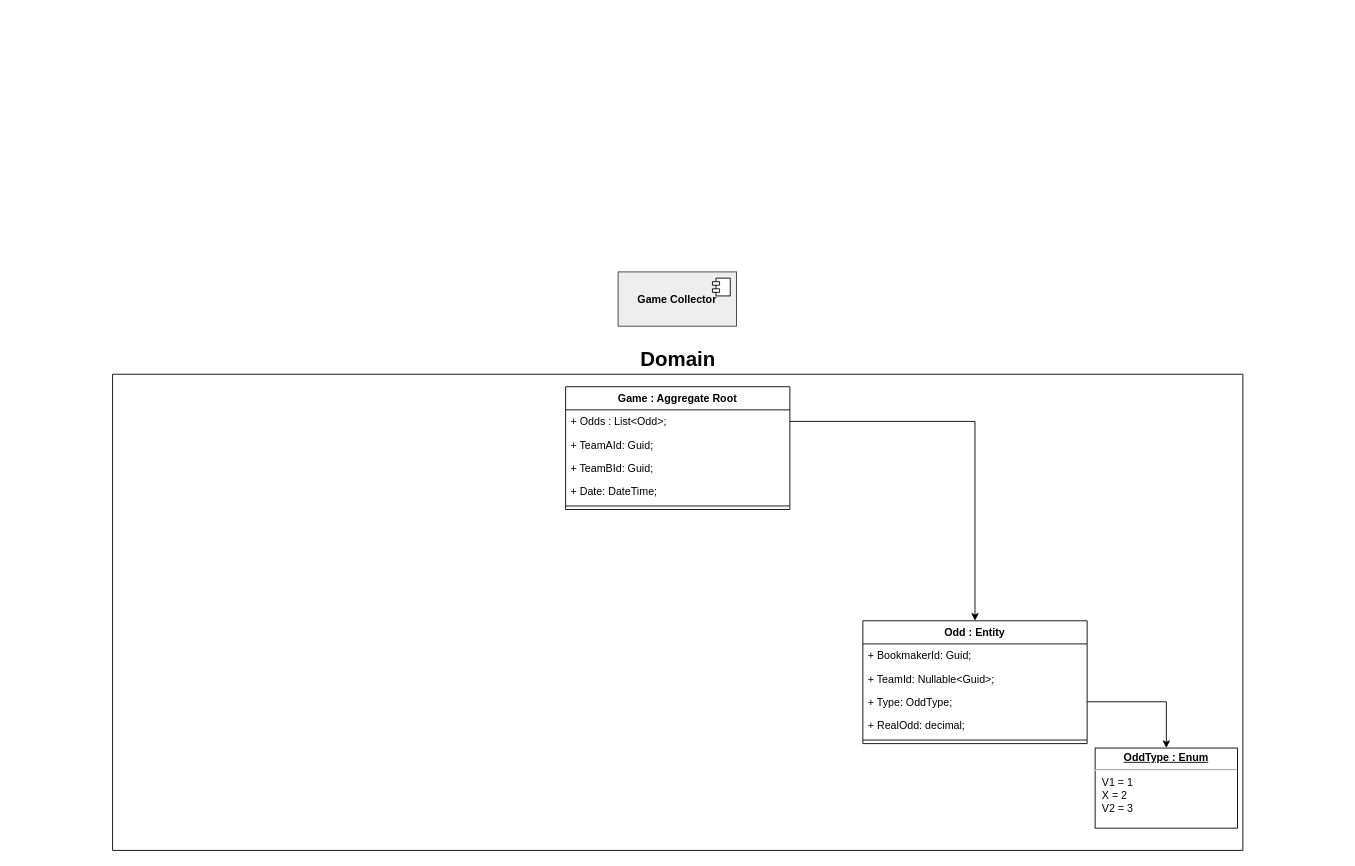
Above: page "game-collector" (2 of 2) of diagrams/game-collector.drawio in skullizador/game-collector (draw.io), before the change. Source tidied: cells renumbered, new cells numbered last; positions are measured from the earlier drawing's top-left corner, leaving out a move shared by most shapes. Both pictures are drawn from the tidied source at 89%, with x=0, y=0 at pixel (112, 271).
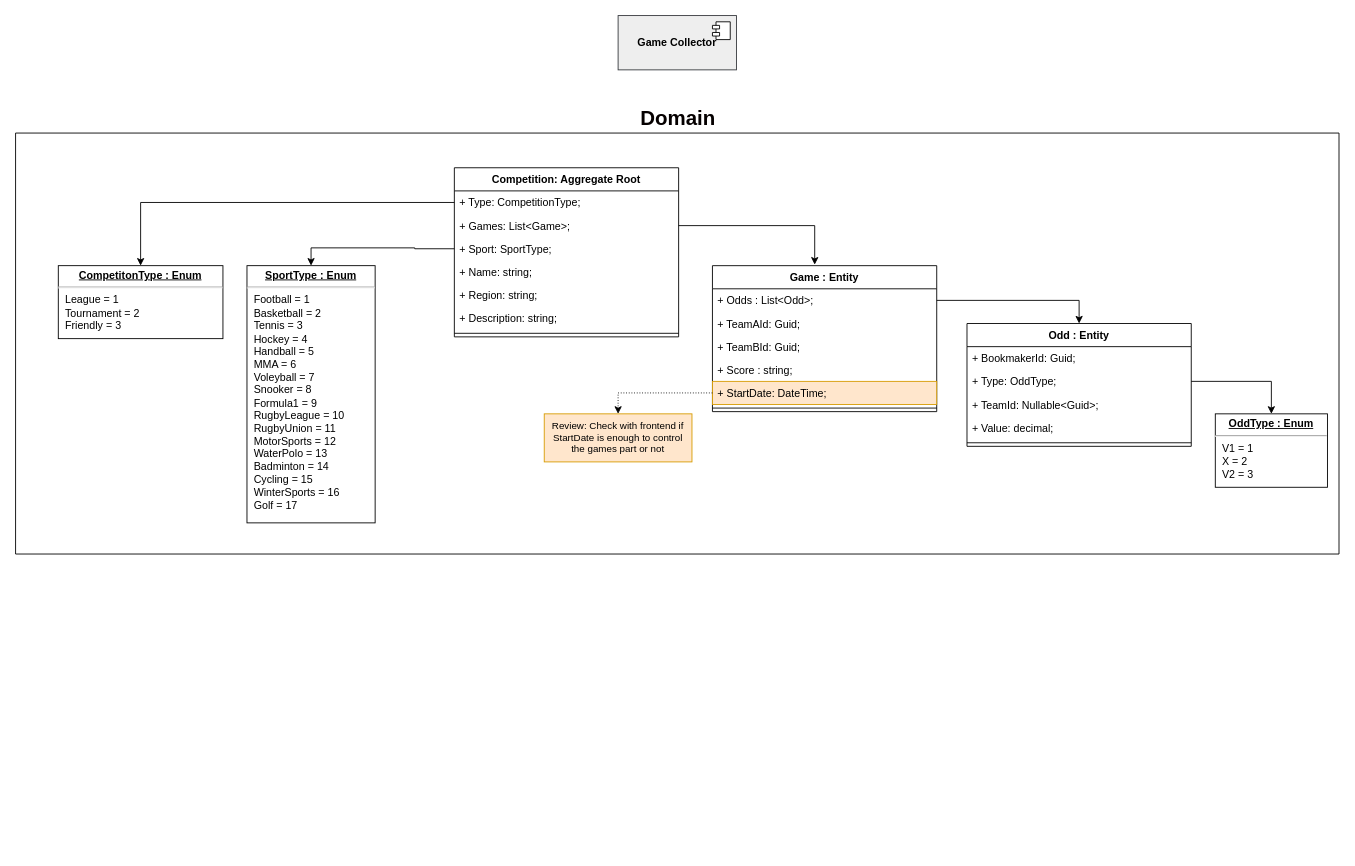
After the change.

The change refers to these unchanged cells:
```xml
<mxCell id="12" value="+ Odds : List&lt;Odd&gt;;" style="text;strokeColor=none;fillColor=none;align=left;verticalAlign=top;spacingLeft=4;spacingRight=4;overflow=hidden;points=[[0,0.5],[1,0.5]];portConstraint=eastwest;" parent="11" vertex="1">
  <mxGeometry y="26" width="252" height="26" as="geometry" />
</mxCell>
```

Diff of the diagram source:
```diff
@@
     <mxCell id="2" value="Domain" style="swimlane;horizontal=1;fontSize=23;html=1;labelPosition=center;verticalLabelPosition=top;align=center;verticalAlign=bottom;startSize=0;glass=0;shadow=0;swimlaneFillColor=none;fontColor=#050000;" parent="1" vertex="1">
-      <mxGeometry y="115" width="1270" height="535" as="geometry" />
+      <mxGeometry x="-109" y="-156" width="1487" height="473" as="geometry" />
     </mxCell>
     <mxCell id="3" value="&lt;p style=&quot;margin:0px;margin-top:4px;text-align:center;text-decoration:underline;&quot;&gt;&lt;b&gt;OddType : Enum&lt;/b&gt;&lt;/p&gt;&lt;hr&gt;&lt;p style=&quot;margin:0px;margin-left:8px;&quot;&gt;V1 = 1&lt;/p&gt;&lt;p style=&quot;margin:0px;margin-left:8px;&quot;&gt;X = 2&lt;/p&gt;&lt;p style=&quot;margin:0px;margin-left:8px;&quot;&gt;V2 = 3&lt;/p&gt;" style="verticalAlign=top;align=left;overflow=fill;fontSize=12;fontFamily=Helvetica;html=1;" parent="2" vertex="1">
-      <mxGeometry x="1104" y="420" width="160" height="90" as="geometry" />
+      <mxGeometry x="1348" y="315.5" width="126" height="82.5" as="geometry" />
     </mxCell>
-    <mxCell id="4" style="edgeStyle=orthogonalEdgeStyle;rounded=0;jettySize=auto;html=1;entryX=0.5;entryY=0;entryDx=0;entryDy=0;" parent="2" edge="1" source="8" target="3">
-      <mxGeometry relative="1" as="geometry" />
-    </mxCell>
     <mxCell id="5" value="Odd : Entity" style="swimlane;fontStyle=1;align=center;verticalAlign=top;horizontal=1;startSize=26;" parent="2" vertex="1">
-      <mxGeometry x="843" y="277" width="252" height="138" as="geometry" />
+      <mxGeometry x="1069" y="214" width="252" height="138" as="geometry" />
     </mxCell>
@@
+    <mxCell id="8" value="+ Type: OddType;" style="text;strokeColor=none;fillColor=none;align=left;verticalAlign=top;spacingLeft=4;spacingRight=4;overflow=hidden;points=[[0,0.5],[1,0.5]];portConstraint=eastwest;" parent="5" vertex="1">
+      <mxGeometry y="52" width="252" height="26" as="geometry" />
+    </mxCell>
     <mxCell id="7" value="+ TeamId: Nullable&lt;Guid&gt;;" style="text;strokeColor=none;fillColor=none;align=left;verticalAlign=top;spacingLeft=4;spacingRight=4;overflow=hidden;" parent="5" vertex="1">
-      <mxGeometry y="52" width="252" height="26" as="geometry" />
+      <mxGeometry y="78" width="252" height="26" as="geometry" />
     </mxCell>
-    <mxCell id="8" value="+ Type: OddType;" style="text;strokeColor=none;fillColor=none;align=left;verticalAlign=top;spacingLeft=4;spacingRight=4;overflow=hidden;points=[[0,0.5],[1,0.5]];portConstraint=eastwest;" parent="5" vertex="1">
-      <mxGeometry y="78" width="252" height="26" as="geometry" />
-    </mxCell>
-    <mxCell id="9" value="+ RealOdd: decimal;" style="text;strokeColor=none;fillColor=none;align=left;verticalAlign=top;spacingLeft=4;spacingRight=4;overflow=hidden;" parent="5" vertex="1">
+    <mxCell id="9" value="+ Value: decimal;" style="text;strokeColor=none;fillColor=none;align=left;verticalAlign=top;spacingLeft=4;spacingRight=4;overflow=hidden;" parent="5" vertex="1">
       <mxGeometry y="104" width="252" height="26" as="geometry" />
     </mxCell>
@@
-    <mxCell id="11" value="Game : Aggregate Root" style="swimlane;fontStyle=1;align=center;verticalAlign=top;horizontal=1;startSize=26;" parent="2" vertex="1">
-      <mxGeometry x="509" y="14" width="252" height="138" as="geometry" />
+    <mxCell id="11" value="Game : Entity" style="swimlane;fontStyle=1;align=center;verticalAlign=top;horizontal=1;startSize=26;" parent="2" vertex="1">
+      <mxGeometry x="783" y="149" width="252" height="164" as="geometry" />
     </mxCell>
@@
+    <mxCell id="20" value="+ Score : string;" style="text;strokeColor=none;fillColor=none;align=left;verticalAlign=top;spacingLeft=4;spacingRight=4;overflow=hidden;" parent="11" vertex="1">
+      <mxGeometry y="104" width="252" height="26" as="geometry" />
+    </mxCell>
-    <mxCell id="15" value="+ Date: DateTime;" style="text;strokeColor=none;fillColor=none;align=left;verticalAlign=top;spacingLeft=4;spacingRight=4;overflow=hidden;points=[[0,0.5],[1,0.5]];portConstraint=eastwest;" parent="11" vertex="1">
-      <mxGeometry y="104" width="252" height="26" as="geometry" />
+    <mxCell id="15" value="+ StartDate: DateTime;" style="text;strokeColor=#d79b00;fillColor=#ffe6cc;align=left;verticalAlign=top;spacingLeft=4;spacingRight=4;overflow=hidden;points=[[0,0.5],[1,0.5]];portConstraint=eastwest;" parent="11" vertex="1">
+      <mxGeometry y="130" width="252" height="26" as="geometry" />
     </mxCell>
     <mxCell id="16" style="line;strokeWidth=1;fillColor=none;align=left;verticalAlign=middle;spacingTop=-1;spacingLeft=3;spacingRight=3;labelPosition=right;" parent="11" vertex="1">
-      <mxGeometry y="130" width="252" height="8" as="geometry" />
+      <mxGeometry y="156" width="252" height="8" as="geometry" />
     </mxCell>
+    <mxCell id="21" style="edgeStyle=orthogonalEdgeStyle;rounded=0;jettySize=auto;html=1;entryX=0.456;entryY=-0.007;entryDx=0;entryDy=0;entryPerimeter=0;" parent="2" edge="1" source="30" target="11">
+      <mxGeometry relative="1" as="geometry" />
+    </mxCell>
-    <mxCell id="17" style="edgeStyle=orthogonalEdgeStyle;rounded=0;jettySize=auto;html=1;entryX=0.5;entryY=0;entryDx=0;entryDy=0;strokeColor=#000000;strokeWidth=1;" parent="2" edge="1" source="12" target="5">
+    <mxCell id="17" style="edgeStyle=orthogonalEdgeStyle;rounded=0;jettySize=auto;html=1;entryX=0.5;entryY=0;entryDx=0;entryDy=0;" parent="2" edge="1" source="12" target="5">
       <mxGeometry relative="1" as="geometry" />
     </mxCell>
+    <mxCell id="22" value="Review: Check with frontend if StartDate is enough to control the games part or not" style="whiteSpace=wrap;html=1;align=center;verticalAlign=top;fillColor=#ffe6cc;strokeColor=#d79b00;gradientColor=none;spacingLeft=4;spacingRight=4;fontSize=11;fontStyle=0;" parent="2" vertex="1">
+      <mxGeometry x="594" y="315.5" width="166" height="54" as="geometry" />
+    </mxCell>
+    <mxCell id="23" value="&lt;p style=&quot;margin:0px;margin-top:4px;text-align:center;text-decoration:underline;&quot;&gt;&lt;b&gt;CompetitonType : Enum&lt;/b&gt;&lt;/p&gt;&lt;hr&gt;&lt;p style=&quot;margin:0px;margin-left:8px;&quot;&gt;League = 1&lt;/p&gt;&lt;p style=&quot;margin:0px;margin-left:8px;&quot;&gt;Tournament = 2&amp;nbsp;&lt;/p&gt;&lt;p style=&quot;margin:0px;margin-left:8px;&quot;&gt;Friendly = 3&lt;/p&gt;&lt;p style=&quot;margin:0px;margin-left:8px;&quot;&gt;&lt;br&gt;&lt;/p&gt;" style="verticalAlign=top;align=left;overflow=fill;fontSize=12;fontFamily=Helvetica;html=1;" parent="2" vertex="1">
+      <mxGeometry x="48" y="149" width="185" height="82" as="geometry" />
+    </mxCell>
+    <mxCell id="24" style="edgeStyle=orthogonalEdgeStyle;rounded=0;jettySize=auto;html=1;entryX=0.5;entryY=0;entryDx=0;entryDy=0;fontSize=11;" parent="2" edge="1" source="29" target="23">
+      <mxGeometry relative="1" as="geometry" />
+    </mxCell>
+    <mxCell id="25" value="&lt;p style=&quot;margin:0px;margin-top:4px;text-align:center;text-decoration:underline;&quot;&gt;&lt;b&gt;SportType : Enum&lt;/b&gt;&lt;/p&gt;&lt;hr&gt;&lt;p style=&quot;margin:0px;margin-left:8px;&quot;&gt;Football = 1&lt;/p&gt;&lt;p style=&quot;margin:0px;margin-left:8px;&quot;&gt;Basketball = 2&lt;/p&gt;&lt;p style=&quot;margin:0px;margin-left:8px;&quot;&gt;Tennis = 3&lt;/p&gt;&lt;p style=&quot;margin:0px;margin-left:8px;&quot;&gt;Hockey = 4&amp;nbsp;&lt;/p&gt;&lt;p style=&quot;margin:0px;margin-left:8px;&quot;&gt;Handball = 5&lt;/p&gt;&lt;p style=&quot;margin:0px;margin-left:8px;&quot;&gt;MMA = 6&amp;nbsp;&lt;/p&gt;&lt;p style=&quot;margin:0px;margin-left:8px;&quot;&gt;Voleyball = 7&lt;/p&gt;&lt;p style=&quot;margin:0px;margin-left:8px;&quot;&gt;Snooker = 8&lt;/p&gt;&lt;p style=&quot;margin:0px;margin-left:8px;&quot;&gt;Formula1 = 9&amp;nbsp;&lt;/p&gt;&lt;p style=&quot;margin:0px;margin-left:8px;&quot;&gt;RugbyLeague = 10&lt;/p&gt;&lt;p style=&quot;margin:0px;margin-left:8px;&quot;&gt;RugbyUnion = 11&lt;br&gt;&lt;/p&gt;&lt;p style=&quot;margin:0px;margin-left:8px;&quot;&gt;MotorSports = 12&lt;/p&gt;&lt;p style=&quot;margin:0px;margin-left:8px;&quot;&gt;WaterPolo = 13&lt;/p&gt;&lt;p style=&quot;margin:0px;margin-left:8px;&quot;&gt;Badminton = 14&lt;/p&gt;&lt;p style=&quot;margin:0px;margin-left:8px;&quot;&gt;Cycling = 15&lt;/p&gt;&lt;p style=&quot;margin:0px;margin-left:8px;&quot;&gt;WinterSports = 16&lt;/p&gt;&lt;p style=&quot;margin:0px;margin-left:8px;&quot;&gt;Golf = 17&lt;/p&gt;&lt;p style=&quot;margin:0px;margin-left:8px;&quot;&gt;&lt;br&gt;&lt;/p&gt;&lt;p style=&quot;margin:0px;margin-left:8px;&quot;&gt;&lt;br&gt;&lt;/p&gt;&lt;p style=&quot;margin:0px;margin-left:8px;&quot;&gt;&lt;br&gt;&lt;/p&gt;" style="verticalAlign=top;align=left;overflow=fill;fontSize=12;fontFamily=Helvetica;html=1;" parent="2" vertex="1">
+      <mxGeometry x="260" y="149" width="144" height="289" as="geometry" />
+    </mxCell>
+    <mxCell id="26" style="edgeStyle=orthogonalEdgeStyle;rounded=0;jettySize=auto;html=1;fontSize=11;" parent="2" edge="1" source="31" target="25">
+      <mxGeometry relative="1" as="geometry" />
+    </mxCell>
+    <mxCell id="27" style="edgeStyle=orthogonalEdgeStyle;rounded=0;jettySize=auto;html=1;entryX=0.5;entryY=0;entryDx=0;entryDy=0;fontSize=11;dashed=1;dashPattern=1 2;" parent="2" edge="1" source="15" target="22">
+      <mxGeometry relative="1" as="geometry" />
+    </mxCell>
+    <mxCell id="28" value="Competition: Aggregate Root" style="swimlane;fontStyle=1;align=center;verticalAlign=top;horizontal=1;startSize=26;" parent="2" vertex="1">
+      <mxGeometry x="493" y="39" width="252" height="190" as="geometry" />
+    </mxCell>
+    <mxCell id="29" value="+ Type: CompetitionType;" style="text;strokeColor=none;fillColor=none;align=left;verticalAlign=top;spacingLeft=4;spacingRight=4;overflow=hidden;points=[[0,0.5],[1,0.5]];portConstraint=eastwest;" parent="28" vertex="1">
+      <mxGeometry y="26" width="252" height="26" as="geometry" />
+    </mxCell>
+    <mxCell id="30" value="+ Games: List&lt;Game&gt;;" style="text;strokeColor=none;fillColor=none;align=left;verticalAlign=top;spacingLeft=4;spacingRight=4;overflow=hidden;points=[[0,0.5],[1,0.5]];portConstraint=eastwest;" parent="28" vertex="1">
+      <mxGeometry y="52" width="252" height="26" as="geometry" />
+    </mxCell>
+    <mxCell id="31" value="+ Sport: SportType;" style="text;strokeColor=none;fillColor=none;align=left;verticalAlign=top;spacingLeft=4;spacingRight=4;overflow=hidden;points=[[0,0.5],[1,0.5]];portConstraint=eastwest;" parent="28" vertex="1">
+      <mxGeometry y="78" width="252" height="26" as="geometry" />
+    </mxCell>
+    <mxCell id="32" value="+ Name: string;" style="text;strokeColor=none;fillColor=none;align=left;verticalAlign=top;spacingLeft=4;spacingRight=4;overflow=hidden;" parent="28" vertex="1">
+      <mxGeometry y="104" width="252" height="26" as="geometry" />
+    </mxCell>
+    <mxCell id="33" value="+ Region: string; " style="text;strokeColor=none;fillColor=none;align=left;verticalAlign=top;spacingLeft=4;spacingRight=4;overflow=hidden;" parent="28" vertex="1">
+      <mxGeometry y="130" width="252" height="26" as="geometry" />
+    </mxCell>
+    <mxCell id="34" value="+ Description: string;" style="text;strokeColor=none;fillColor=none;align=left;verticalAlign=top;spacingLeft=4;spacingRight=4;overflow=hidden;" parent="28" vertex="1">
+      <mxGeometry y="156" width="252" height="26" as="geometry" />
+    </mxCell>
+    <mxCell id="35" style="line;strokeWidth=1;fillColor=none;align=left;verticalAlign=middle;spacingTop=-1;spacingLeft=3;spacingRight=3;labelPosition=right;" parent="28" vertex="1">
+      <mxGeometry y="182" width="252" height="8" as="geometry" />
+    </mxCell>
+    <mxCell id="4" style="edgeStyle=orthogonalEdgeStyle;rounded=0;jettySize=auto;html=1;fontSize=11;" parent="2" edge="1" source="8" target="3">
+      <mxGeometry relative="1" as="geometry" />
+    </mxCell>
     <mxCell id="18" value="Game Collector" style="html=1;rounded=0;shadow=0;glass=0;labelBackgroundColor=none;labelBorderColor=none;sketch=0;fontFamily=Helvetica;strokeColor=#36393d;fontStyle=1;fillColor=#eeeeee;whiteSpace=wrap;" parent="1" vertex="1">
-      <mxGeometry x="568" width="133" height="61" as="geometry" />
+      <mxGeometry x="568" y="-288" width="133" height="61" as="geometry" />
     </mxCell>
```
